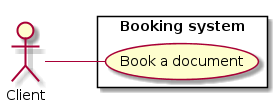
BrokenSwing/Comixaire keeps this PlantUML diagram as specifications/usecases/booking/booking.png. Above is the earlier version. Its diagram source:
```plantuml
@startuml
left to right direction

actor Client as C

rectangle "Booking system" {
  usecase "Book a document" as B
}

C -- B
@enduml
```
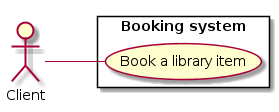
Later version of the same file.

Commit message:
Update loan, return and booking use cases specifications

Diff of the diagram source:
```diff
@@ -4,7 +4,7 @@
 actor Client as C
 
 rectangle "Booking system" {
-  usecase "Book a document" as B
+  usecase "Book a library item" as B
 }
 
 C -- B
```
